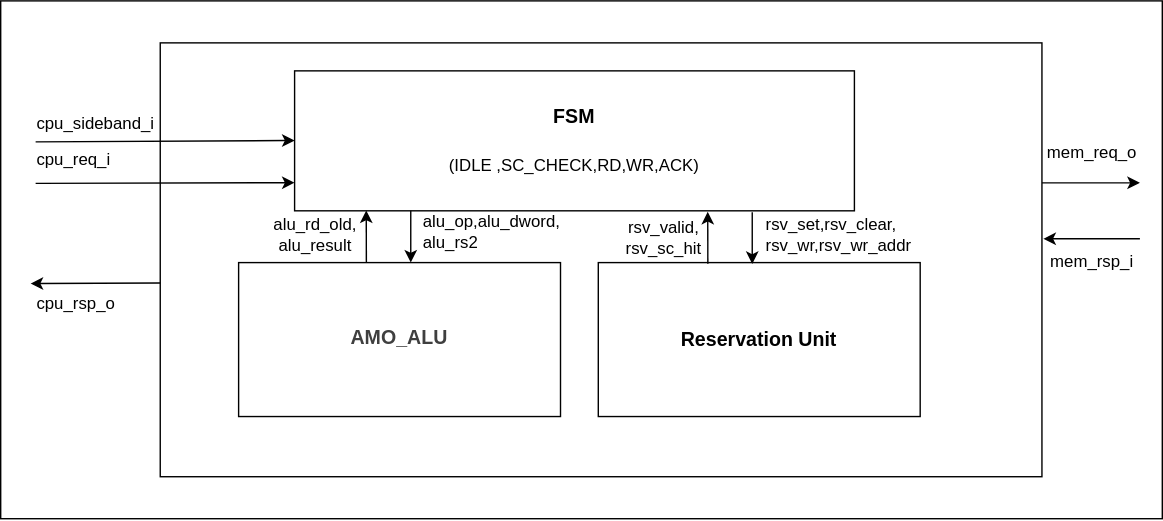
This is document/memss/adn_memss_des.svg from ADN-VLSI/adn_memss, a draw.io export, as it was before one commit. Source tidied: cells renumbered, new cells last; positions are measured from the earlier drawing's top-left corner, leaving out a move shared by most shapes. Source of this version:
```xml
<mxGraphModel>
  <root>
    <mxCell id="0" />
    <mxCell id="1" parent="0" />
    <mxCell id="2" style="rounded=0;whiteSpace=wrap;html=1;" parent="1" vertex="1">
      <mxGeometry width="830" height="370" as="geometry" />
    </mxCell>
    <mxCell id="3" style="rounded=0;whiteSpace=wrap;html=1;" parent="1" vertex="1">
      <mxGeometry x="114" y="30" width="630" height="310" as="geometry" />
    </mxCell>
    <mxCell id="4" value="&lt;b&gt;&lt;font style=&quot;font-size: 14px;&quot;&gt;FSM&lt;/font&gt;&lt;/b&gt;&lt;div&gt;&lt;b&gt;&lt;font style=&quot;font-size: 14px;&quot;&gt;&lt;br&gt;&lt;/font&gt;&lt;/b&gt;&lt;/div&gt;&lt;div&gt;&lt;span style=&quot;color: rgb(0, 0, 0);&quot;&gt;(IDLE ,SC_CHECK,RD,WR,ACK)&lt;/span&gt;&lt;b&gt;&lt;font style=&quot;font-size: 14px;&quot;&gt;&lt;/font&gt;&lt;/b&gt;&lt;/div&gt;" style="rounded=0;whiteSpace=wrap;html=1;" parent="1" vertex="1">
      <mxGeometry x="210" y="50" width="400" height="100" as="geometry" />
    </mxCell>
    <mxCell id="5" style="rounded=0;whiteSpace=wrap;html=1;" parent="1" vertex="1">
      <mxGeometry x="427" y="187" width="230" height="110" as="geometry" />
    </mxCell>
    <mxCell id="6" value="&lt;font style=&quot;font-size: 14px;&quot;&gt;&lt;b&gt;Reservation Unit&lt;/b&gt;&lt;/font&gt;" style="text;html=1;align=center;verticalAlign=middle;whiteSpace=wrap;rounded=0;" parent="1" vertex="1">
      <mxGeometry x="472" y="227" width="140" height="30" as="geometry" />
    </mxCell>
    <mxCell id="7" style="endArrow=classic;html=1;entryX=0;entryY=0.419;entryDx=0;entryDy=0;entryPerimeter=0;exitX=0.012;exitY=0.909;exitDx=0;exitDy=0;exitPerimeter=0;" parent="1" edge="1" source="25">
      <mxGeometry relative="1" as="geometry">
        <mxPoint x="210" y="129.9" as="targetPoint" />
      </mxGeometry>
    </mxCell>
    <mxCell id="8" style="endArrow=classic;html=1;exitX=0.001;exitY=0.547;exitDx=0;exitDy=0;exitPerimeter=0;" parent="1" edge="1">
      <mxGeometry relative="1" as="geometry">
        <mxPoint x="114" y="201.6" as="sourcePoint" />
        <mxPoint x="21.4" y="202" as="targetPoint" />
      </mxGeometry>
    </mxCell>
    <mxCell id="9" style="endArrow=classic;html=1;" parent="1" edge="1">
      <mxGeometry relative="1" as="geometry">
        <mxPoint x="744" y="130" as="sourcePoint" />
        <mxPoint x="814" y="130" as="targetPoint" />
      </mxGeometry>
    </mxCell>
    <mxCell id="10" style="endArrow=classic;html=1;" parent="1" edge="1">
      <mxGeometry relative="1" as="geometry">
        <mxPoint x="814" y="170" as="sourcePoint" />
        <mxPoint x="745" y="170" as="targetPoint" />
      </mxGeometry>
    </mxCell>
    <mxCell id="11" style="rounded=0;whiteSpace=wrap;html=1;" parent="1" vertex="1">
      <mxGeometry x="170" y="187" width="230" height="110" as="geometry" />
    </mxCell>
    <mxCell id="12" value="&lt;b style=&quot;color: rgb(63, 63, 63); scrollbar-color: rgb(226, 226, 226) rgb(251, 251, 251); font-size: 14px;&quot;&gt;AMO_ALU&lt;/b&gt;" style="text;html=1;align=center;verticalAlign=middle;whiteSpace=wrap;rounded=0;" parent="1" vertex="1">
      <mxGeometry x="255" y="226" width="60" height="30" as="geometry" />
    </mxCell>
    <mxCell id="13" style="endArrow=classic;html=1;entryX=0.093;entryY=0.997;entryDx=0;entryDy=0;entryPerimeter=0;exitX=0.336;exitY=-0.001;exitDx=0;exitDy=0;exitPerimeter=0;" parent="1" edge="1">
      <mxGeometry relative="1" as="geometry">
        <mxPoint x="261.3" y="186.9" as="sourcePoint" />
        <mxPoint x="261.2" y="149.7" as="targetPoint" />
      </mxGeometry>
    </mxCell>
    <mxCell id="14" style="endArrow=classic;html=1;entryX=0.093;entryY=0.997;entryDx=0;entryDy=0;entryPerimeter=0;exitX=0.336;exitY=-0.001;exitDx=0;exitDy=0;exitPerimeter=0;" parent="1" edge="1">
      <mxGeometry relative="1" as="geometry">
        <mxPoint x="293" y="150" as="sourcePoint" />
        <mxPoint x="293" y="187" as="targetPoint" />
      </mxGeometry>
    </mxCell>
    <mxCell id="15" style="endArrow=classic;html=1;entryX=0.093;entryY=0.997;entryDx=0;entryDy=0;entryPerimeter=0;exitX=0.336;exitY=-0.001;exitDx=0;exitDy=0;exitPerimeter=0;" parent="1" edge="1">
      <mxGeometry relative="1" as="geometry">
        <mxPoint x="505.3" y="187.9" as="sourcePoint" />
        <mxPoint x="505.2" y="150.7" as="targetPoint" />
      </mxGeometry>
    </mxCell>
    <mxCell id="16" style="endArrow=classic;html=1;entryX=0.093;entryY=0.997;entryDx=0;entryDy=0;entryPerimeter=0;exitX=0.336;exitY=-0.001;exitDx=0;exitDy=0;exitPerimeter=0;" parent="1" edge="1">
      <mxGeometry relative="1" as="geometry">
        <mxPoint x="537" y="151" as="sourcePoint" />
        <mxPoint x="537" y="188" as="targetPoint" />
      </mxGeometry>
    </mxCell>
    <mxCell id="17" value="cpu_sideband_i&amp;nbsp;" style="text;html=1;align=left;verticalAlign=middle;whiteSpace=wrap;rounded=0;" parent="1" vertex="1">
      <mxGeometry x="24" y="68" width="80" height="40" as="geometry" />
    </mxCell>
    <mxCell id="18" value="cpu_rsp_o" style="text;html=1;align=left;verticalAlign=middle;whiteSpace=wrap;rounded=0;" parent="1" vertex="1">
      <mxGeometry x="24" y="202" width="90" height="30" as="geometry" />
    </mxCell>
    <mxCell id="19" value="mem_req_o" style="text;html=1;align=center;verticalAlign=middle;whiteSpace=wrap;rounded=0;" parent="1" vertex="1">
      <mxGeometry x="750" y="94" width="60" height="30" as="geometry" />
    </mxCell>
    <mxCell id="20" value="mem_rsp_i" style="text;html=1;align=center;verticalAlign=middle;whiteSpace=wrap;rounded=0;" parent="1" vertex="1">
      <mxGeometry x="750" y="172" width="60" height="30" as="geometry" />
    </mxCell>
    <mxCell id="21" value="rsv_valid,&lt;div&gt;rsv_sc_hit&lt;/div&gt;" style="text;html=1;align=center;verticalAlign=middle;whiteSpace=wrap;rounded=0;" parent="1" vertex="1">
      <mxGeometry x="444" y="154" width="60" height="30" as="geometry" />
    </mxCell>
    <mxCell id="22" value="rsv_set,rsv_clear,&lt;div&gt;rsv_wr,rsv_wr_addr&lt;/div&gt;" style="text;html=1;align=left;verticalAlign=middle;whiteSpace=wrap;rounded=0;" parent="1" vertex="1">
      <mxGeometry x="545" y="152" width="60" height="30" as="geometry" />
    </mxCell>
    <mxCell id="23" value="alu_rd_old,&lt;div&gt;alu_result&lt;/div&gt;" style="text;html=1;align=center;verticalAlign=middle;whiteSpace=wrap;rounded=0;" parent="1" vertex="1">
      <mxGeometry x="195" y="152" width="60" height="30" as="geometry" />
    </mxCell>
    <mxCell id="24" value="alu_op,alu_dword,&lt;div&gt;alu_rs2&lt;/div&gt;" style="text;html=1;align=left;verticalAlign=middle;whiteSpace=wrap;rounded=0;" parent="1" vertex="1">
      <mxGeometry x="300" y="150" width="60" height="30" as="geometry" />
    </mxCell>
    <mxCell id="25" value="cpu_req_i" style="text;html=1;align=left;verticalAlign=middle;whiteSpace=wrap;rounded=0;" parent="1" vertex="1">
      <mxGeometry x="24" y="94" width="80" height="40" as="geometry" />
    </mxCell>
    <mxCell id="26" style="endArrow=classic;html=1;entryX=0;entryY=0.419;entryDx=0;entryDy=0;entryPerimeter=0;exitX=0.012;exitY=0.169;exitDx=0;exitDy=0;exitPerimeter=0;" parent="1" edge="1" source="25">
      <mxGeometry relative="1" as="geometry">
        <mxPoint x="210" y="99.8" as="targetPoint" />
      </mxGeometry>
    </mxCell>
  </root>
</mxGraphModel>
```
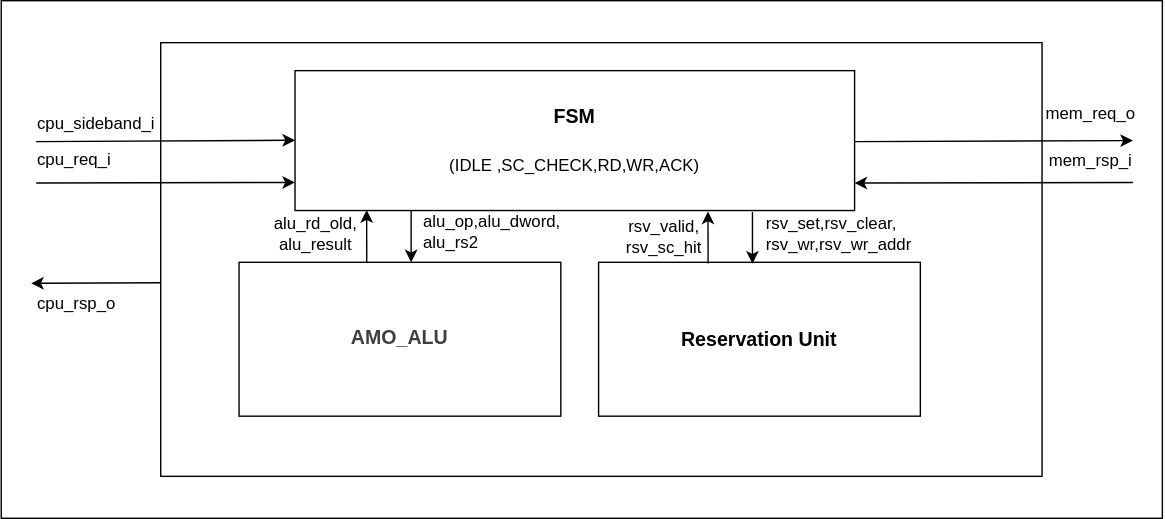
After the change.

The edit, as a diff of the source:
```diff
@@ -28,18 +28,6 @@
         <mxPoint x="21.4" y="202" as="targetPoint" />
       </mxGeometry>
     </mxCell>
-    <mxCell id="9" style="endArrow=classic;html=1;" parent="1" edge="1">
-      <mxGeometry relative="1" as="geometry">
-        <mxPoint x="744" y="130" as="sourcePoint" />
-        <mxPoint x="814" y="130" as="targetPoint" />
-      </mxGeometry>
-    </mxCell>
-    <mxCell id="10" style="endArrow=classic;html=1;" parent="1" edge="1">
-      <mxGeometry relative="1" as="geometry">
-        <mxPoint x="814" y="170" as="sourcePoint" />
-        <mxPoint x="745" y="170" as="targetPoint" />
-      </mxGeometry>
-    </mxCell>
     <mxCell id="11" style="rounded=0;whiteSpace=wrap;html=1;" parent="1" vertex="1">
       <mxGeometry x="170" y="187" width="230" height="110" as="geometry" />
     </mxCell>
@@ -77,10 +65,10 @@
       <mxGeometry x="24" y="202" width="90" height="30" as="geometry" />
     </mxCell>
     <mxCell id="19" value="mem_req_o" style="text;html=1;align=center;verticalAlign=middle;whiteSpace=wrap;rounded=0;" parent="1" vertex="1">
-      <mxGeometry x="750" y="94" width="60" height="30" as="geometry" />
+      <mxGeometry x="749" y="66" width="60" height="30" as="geometry" />
     </mxCell>
     <mxCell id="20" value="mem_rsp_i" style="text;html=1;align=center;verticalAlign=middle;whiteSpace=wrap;rounded=0;" parent="1" vertex="1">
-      <mxGeometry x="750" y="172" width="60" height="30" as="geometry" />
+      <mxGeometry x="749" y="100" width="60" height="30" as="geometry" />
     </mxCell>
     <mxCell id="21" value="rsv_valid,&lt;div&gt;rsv_sc_hit&lt;/div&gt;" style="text;html=1;align=center;verticalAlign=middle;whiteSpace=wrap;rounded=0;" parent="1" vertex="1">
       <mxGeometry x="444" y="154" width="60" height="30" as="geometry" />
@@ -102,5 +90,15 @@
         <mxPoint x="210" y="99.8" as="targetPoint" />
       </mxGeometry>
     </mxCell>
+    <mxCell id="27" style="endArrow=classic;html=1;entryX=0;entryY=0.419;entryDx=0;entryDy=0;entryPerimeter=0;exitX=1;exitY=1;exitDx=0;exitDy=0;" parent="1" edge="1" source="20">
+      <mxGeometry relative="1" as="geometry">
+        <mxPoint x="610" y="130.4" as="targetPoint" />
+      </mxGeometry>
+    </mxCell>
+    <mxCell id="28" style="endArrow=classic;html=1;entryX=1;entryY=0;entryDx=0;entryDy=0;exitX=0.012;exitY=0.169;exitDx=0;exitDy=0;exitPerimeter=0;" parent="1" edge="1" target="20">
+      <mxGeometry relative="1" as="geometry">
+        <mxPoint x="610" y="100.8" as="sourcePoint" />
+      </mxGeometry>
+    </mxCell>
   </root>
 </mxGraphModel>
```
